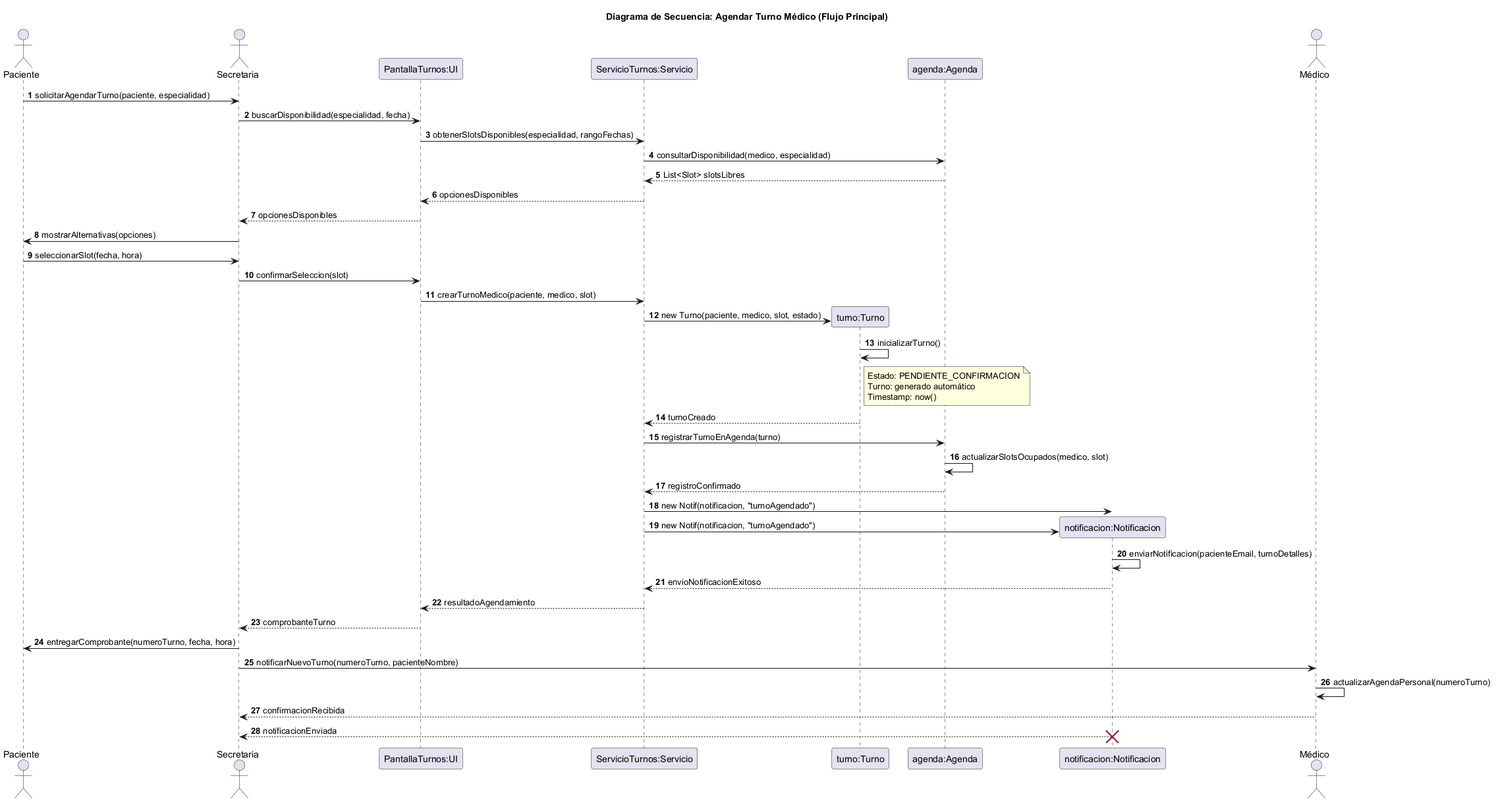
Above: diagramas/05-diagramas-secuencia/05-secuencia-agendar-turno-flujo-principal-01.png in Purezaamor/SistemaTurnosMedicos (PlantUML), before the change.
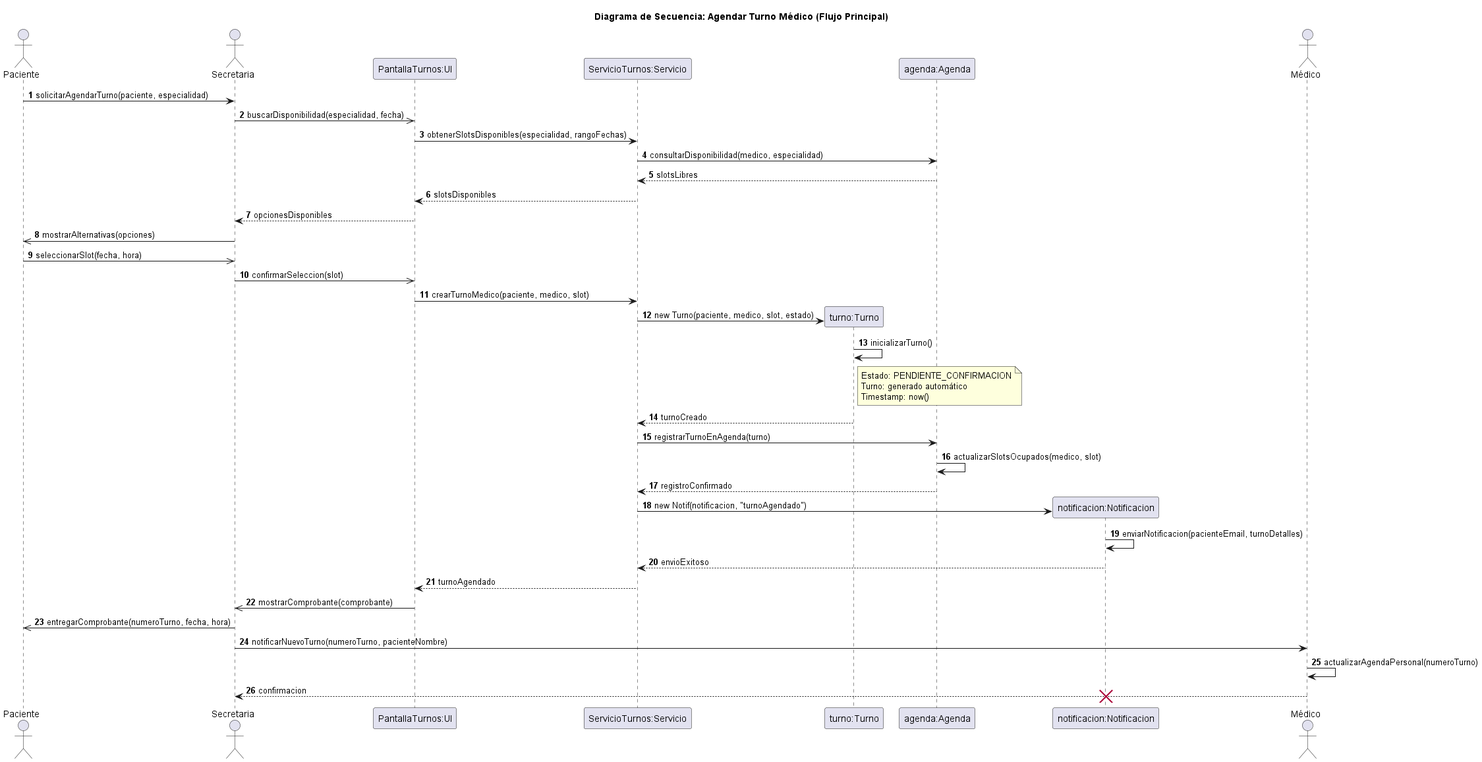
The same diagram one commit later.

The edit, as a diff of the source:
```diff
@@ -13,15 +13,15 @@
 autonumber
 
 Paciente -> Secretaria: solicitarAgendarTurno(paciente, especialidad)
-Secretaria -> UI: buscarDisponibilidad(especialidad, fecha)
+Secretaria ->> UI: buscarDisponibilidad(especialidad, fecha)
 UI -> Servicio: obtenerSlotsDisponibles(especialidad, rangoFechas)
 Servicio -> Agenda: consultarDisponibilidad(medico, especialidad)
-Agenda --> Servicio: List<Slot> slotsLibres
-Servicio --> UI: opcionesDisponibles
+Agenda --> Servicio: slotsLibres
+Servicio --> UI: slotsDisponibles
 UI --> Secretaria: opcionesDisponibles
-Secretaria -> Paciente: mostrarAlternativas(opciones)
-Paciente -> Secretaria: seleccionarSlot(fecha, hora)
-Secretaria -> UI: confirmarSeleccion(slot)
+Secretaria ->> Paciente: mostrarAlternativas(opciones)
+Paciente ->> Secretaria: seleccionarSlot(fecha, hora)
+Secretaria ->> UI: confirmarSeleccion(slot)
 UI -> Servicio: crearTurnoMedico(paciente, medico, slot)
 create Turno
 Servicio -> Turno: new Turno(paciente, medico, slot, estado)
@@ -35,18 +35,16 @@
 Servicio -> Agenda: registrarTurnoEnAgenda(turno)
 Agenda -> Agenda: actualizarSlotsOcupados(medico, slot)
 Agenda --> Servicio: registroConfirmado
-Servicio -> Notif: new Notif(notificacion, "turnoAgendado")
 create Notif
 Servicio -> Notif: new Notif(notificacion, "turnoAgendado")
 Notif -> Notif: enviarNotificacion(pacienteEmail, turnoDetalles)
-Notif --> Servicio: envioNotificacionExitoso
-Servicio --> UI: resultadoAgendamiento
-UI --> Secretaria: comprobanteTurno
-Secretaria -> Paciente: entregarComprobante(numeroTurno, fecha, hora)
+Notif --> Servicio: envioExitoso
+Servicio --> UI: turnoAgendado
+UI ->> Secretaria: mostrarComprobante(comprobante)
+Secretaria ->> Paciente: entregarComprobante(numeroTurno, fecha, hora)
 Secretaria -> Médico: notificarNuevoTurno(numeroTurno, pacienteNombre)
 Médico -> Médico: actualizarAgendaPersonal(numeroTurno)
-Médico --> Secretaria: confirmacionRecibida
-Notif --> Secretaria: notificacionEnviada
+Médico --> Secretaria: confirmacion
 destroy Notif
 
 @enduml
```
